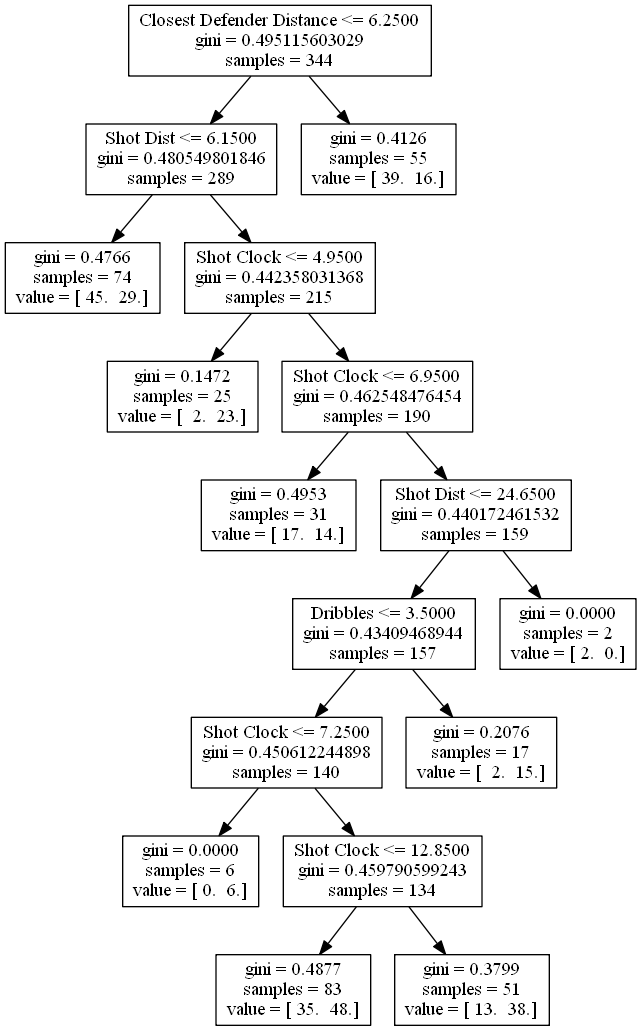
The Graphviz diagram lamarcus_aldridge.png in bveber/Analyze_NBA, before a commit. Its source is kept beside it as lamarcus_aldridge.dot.
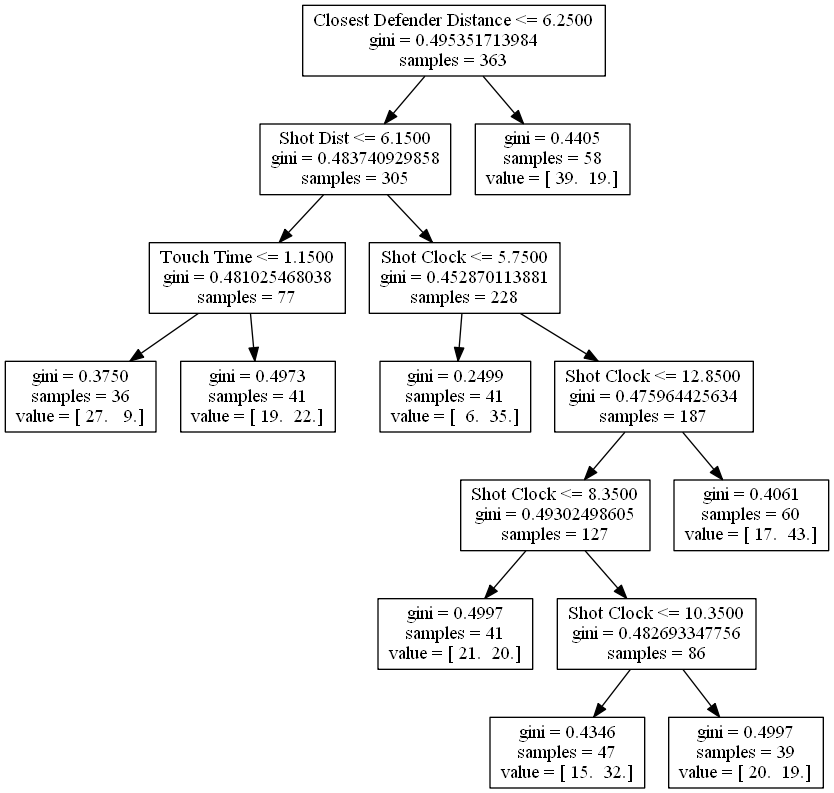
Above is the later version.

Change to the diagram source:
```diff
@@ -1,35 +1,31 @@
 digraph Tree {
-0 [label="Closest Defender Distance <= 6.2500\ngini = 0.495115603029\nsamples = 344", shape="box"] ;
-1 [label="Shot Dist <= 6.1500\ngini = 0.480549801846\nsamples = 289", shape="box"] ;
+0 [label="Closest Defender Distance <= 6.2500\ngini = 0.495351713984\nsamples = 363", shape="box"] ;
+1 [label="Shot Dist <= 6.1500\ngini = 0.483740929858\nsamples = 305", shape="box"] ;
 0 -> 1 ;
-2 [label="gini = 0.4766\nsamples = 74\nvalue = [ 45.  29.]", shape="box"] ;
+2 [label="Touch Time <= 1.1500\ngini = 0.481025468038\nsamples = 77", shape="box"] ;
 1 -> 2 ;
-3 [label="Shot Clock <= 4.9500\ngini = 0.442358031368\nsamples = 215", shape="box"] ;
-1 -> 3 ;
-4 [label="gini = 0.1472\nsamples = 25\nvalue = [  2.  23.]", shape="box"] ;
-3 -> 4 ;
-5 [label="Shot Clock <= 6.9500\ngini = 0.462548476454\nsamples = 190", shape="box"] ;
-3 -> 5 ;
-6 [label="gini = 0.4953\nsamples = 31\nvalue = [ 17.  14.]", shape="box"] ;
+3 [label="gini = 0.3750\nsamples = 36\nvalue = [ 27.   9.]", shape="box"] ;
+2 -> 3 ;
+4 [label="gini = 0.4973\nsamples = 41\nvalue = [ 19.  22.]", shape="box"] ;
+2 -> 4 ;
+5 [label="Shot Clock <= 5.7500\ngini = 0.452870113881\nsamples = 228", shape="box"] ;
+1 -> 5 ;
+6 [label="gini = 0.2499\nsamples = 41\nvalue = [  6.  35.]", shape="box"] ;
 5 -> 6 ;
-7 [label="Shot Dist <= 24.6500\ngini = 0.440172461532\nsamples = 159", shape="box"] ;
+7 [label="Shot Clock <= 12.8500\ngini = 0.475964425634\nsamples = 187", shape="box"] ;
 5 -> 7 ;
-8 [label="Dribbles <= 3.5000\ngini = 0.43409468944\nsamples = 157", shape="box"] ;
+8 [label="Shot Clock <= 8.3500\ngini = 0.49302498605\nsamples = 127", shape="box"] ;
 7 -> 8 ;
-9 [label="Shot Clock <= 7.2500\ngini = 0.450612244898\nsamples = 140", shape="box"] ;
+9 [label="gini = 0.4997\nsamples = 41\nvalue = [ 21.  20.]", shape="box"] ;
 8 -> 9 ;
-10 [label="gini = 0.0000\nsamples = 6\nvalue = [ 0.  6.]", shape="box"] ;
-9 -> 10 ;
-11 [label="Shot Clock <= 12.8500\ngini = 0.459790599243\nsamples = 134", shape="box"] ;
-9 -> 11 ;
-12 [label="gini = 0.4877\nsamples = 83\nvalue = [ 35.  48.]", shape="box"] ;
-11 -> 12 ;
-13 [label="gini = 0.3799\nsamples = 51\nvalue = [ 13.  38.]", shape="box"] ;
-11 -> 13 ;
-14 [label="gini = 0.2076\nsamples = 17\nvalue = [  2.  15.]", shape="box"] ;
-8 -> 14 ;
-15 [label="gini = 0.0000\nsamples = 2\nvalue = [ 2.  0.]", shape="box"] ;
-7 -> 15 ;
-16 [label="gini = 0.4126\nsamples = 55\nvalue = [ 39.  16.]", shape="box"] ;
-0 -> 16 ;
+10 [label="Shot Clock <= 10.3500\ngini = 0.482693347756\nsamples = 86", shape="box"] ;
+8 -> 10 ;
+11 [label="gini = 0.4346\nsamples = 47\nvalue = [ 15.  32.]", shape="box"] ;
+10 -> 11 ;
+12 [label="gini = 0.4997\nsamples = 39\nvalue = [ 20.  19.]", shape="box"] ;
+10 -> 12 ;
+13 [label="gini = 0.4061\nsamples = 60\nvalue = [ 17.  43.]", shape="box"] ;
+7 -> 13 ;
+14 [label="gini = 0.4405\nsamples = 58\nvalue = [ 39.  19.]", shape="box"] ;
+0 -> 14 ;
 }
```
